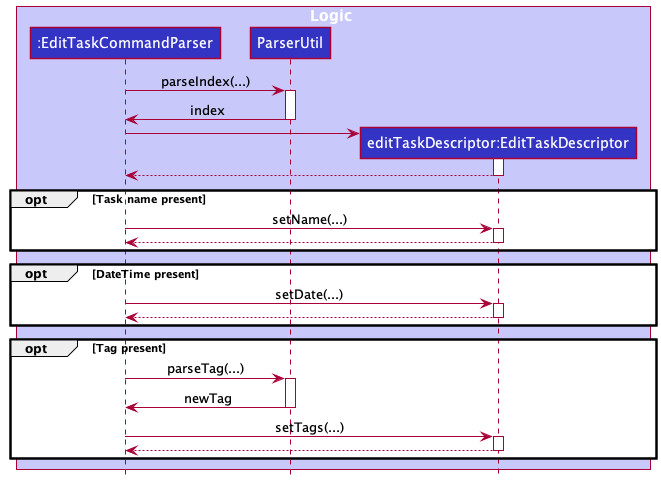
Above: docs/images/EditTaskDiagram/EditTaskSequenceDiagramState1.png in snss231/tp (PlantUML), before the change.
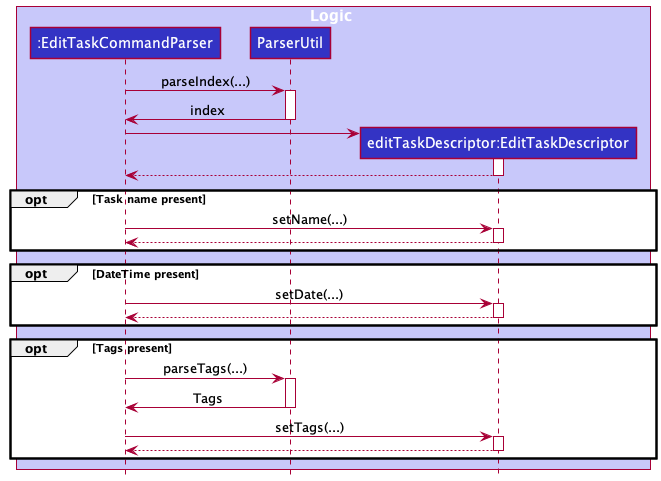
The same file after the commit.

What changed in the source:
```diff
@@ -6,6 +6,7 @@
 participant "ParserUtil" as ParserUtil LOGIC_COLOR
 participant "editTaskDescriptor:EditTaskDescriptor" as EditTaskDescriptor LOGIC_COLOR
 end box
+
 
 
 
@@ -36,10 +37,10 @@
     deactivate EditTaskDescriptor
 end
 
-opt Tag present
-EditTaskCommandParser -> ParserUtil : parseTag(...)
+opt Tags present
+EditTaskCommandParser -> ParserUtil : parseTags(...)
 activate ParserUtil
-ParserUtil -> EditTaskCommandParser : newTag
+ParserUtil -> EditTaskCommandParser : Tags
 deactivate ParserUtil
 EditTaskCommandParser -> EditTaskDescriptor : setTags(...)
 activate EditTaskDescriptor
```
